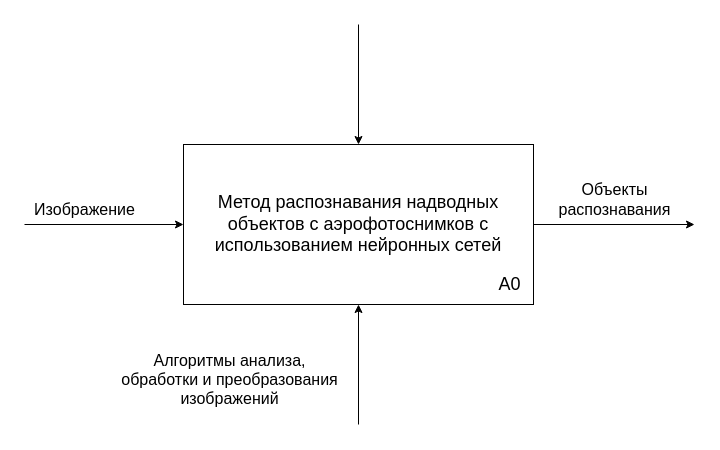
Earlier version of the draw.io diagram page "method" (12 of 12) of docs/drawio/research-schemas.drawio (migregal/bmstu-iu7-thesis). Source tidied: cells renumbered, new cells numbered last; positions are measured from the earlier drawing's top-left corner, leaving out a move shared by most shapes. Both pictures are drawn from the tidied source at 100%, with x=0, y=0 at pixel (19, 24).
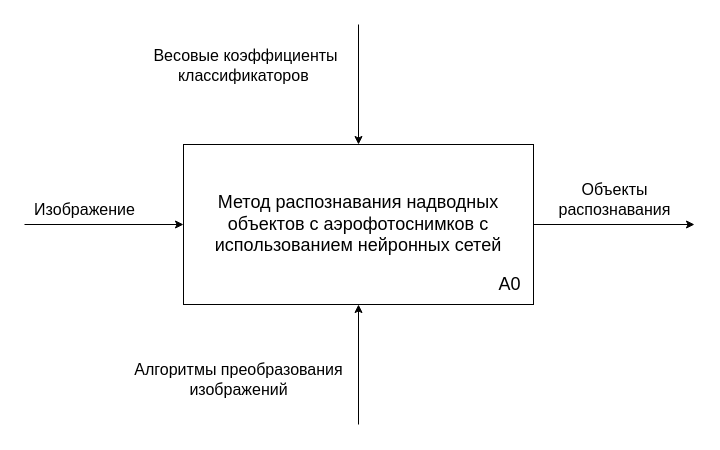
The same diagram, later.

Change to the diagram source:
```diff
@@
 <mxGraphModel>
   <root>
     <mxCell id="0" />
     <mxCell id="1" parent="0" />
     <mxCell id="2" value="&lt;font style=&quot;font-size: 18px;&quot;&gt;Метод распознавания надводных&lt;br&gt;объектов с аэрофотоснимков с&lt;br&gt;использованием нейронных сетей&lt;/font&gt;" style="rounded=0;whiteSpace=wrap;html=1;" parent="1" vertex="1">
       <mxGeometry x="164" y="120" width="350" height="160" as="geometry" />
     </mxCell>
     <mxCell id="3" value="A0" style="text;html=1;align=center;verticalAlign=middle;strokeColor=none;fillColor=none;fontSize=18;" parent="1" vertex="1">
       <mxGeometry x="465" y="240" width="50" height="40" as="geometry" />
     </mxCell>
     <mxCell id="4" style="endArrow=classic;html=1;rounded=0;entryX=0;entryY=0.5;entryDx=0;entryDy=0;" parent="1" edge="1" target="2">
       <mxGeometry relative="1" as="geometry">
         <mxPoint x="5" y="200" as="sourcePoint" />
       </mxGeometry>
     </mxCell>
     <mxCell id="5" style="endArrow=classic;html=1;rounded=0;entryX=0.5;entryY=1;entryDx=0;entryDy=0;" parent="1" edge="1" target="2">
       <mxGeometry relative="1" as="geometry">
         <mxPoint x="339" y="400" as="sourcePoint" />
       </mxGeometry>
     </mxCell>
     <mxCell id="6" style="endArrow=classic;html=1;rounded=0;entryX=0.5;entryY=0;entryDx=0;entryDy=0;" parent="1" edge="1" target="2">
       <mxGeometry relative="1" as="geometry">
         <mxPoint x="339" as="sourcePoint" />
       </mxGeometry>
     </mxCell>
+    <mxCell id="11" value="Весовые коэффициенты&lt;br&gt;классификаторов&amp;nbsp;" style="edgeLabel;html=1;align=center;verticalAlign=middle;fontSize=16;labelBackgroundColor=none;" parent="6" vertex="1">
+      <mxGeometry x="-0.27" y="3" relative="1" as="geometry">
+        <mxPoint x="-117" y="-4" as="offset" />
+      </mxGeometry>
+    </mxCell>
     <mxCell id="7" style="endArrow=classic;html=1;rounded=0;exitX=1;exitY=0.5;exitDx=0;exitDy=0;" parent="1" edge="1" source="2">
       <mxGeometry relative="1" as="geometry">
         <mxPoint x="675" y="200" as="targetPoint" />
       </mxGeometry>
     </mxCell>
-    <mxCell id="8" value="Алгоритмы анализа,&lt;br style=&quot;font-size: 16px;&quot;&gt;обработки и преобразования &lt;br style=&quot;font-size: 16px;&quot;&gt;изображений" style="text;html=1;align=center;verticalAlign=middle;strokeColor=none;fillColor=none;fontSize=16;" parent="1" vertex="1">
-      <mxGeometry x="85" y="320" width="250" height="70" as="geometry" />
+    <mxCell id="8" value="Алгоритмы&amp;nbsp;преобразования &lt;br style=&quot;font-size: 16px;&quot;&gt;изображений" style="text;html=1;align=center;verticalAlign=middle;strokeColor=none;fillColor=none;fontSize=16;" parent="1" vertex="1">
+      <mxGeometry x="99" y="330" width="240" height="50" as="geometry" />
     </mxCell>
     <mxCell id="9" value="Изображение" style="text;html=1;align=center;verticalAlign=middle;strokeColor=none;fillColor=none;fontSize=16;" parent="1" vertex="1">
       <mxGeometry y="170" width="130" height="30" as="geometry" />
     </mxCell>
     <mxCell id="10" value="Объекты&lt;br&gt;распознавания" style="text;html=1;align=center;verticalAlign=middle;strokeColor=none;fillColor=none;fontSize=16;" parent="1" vertex="1">
       <mxGeometry x="525" y="150" width="140" height="50" as="geometry" />
     </mxCell>
   </root>
 </mxGraphModel>
```
